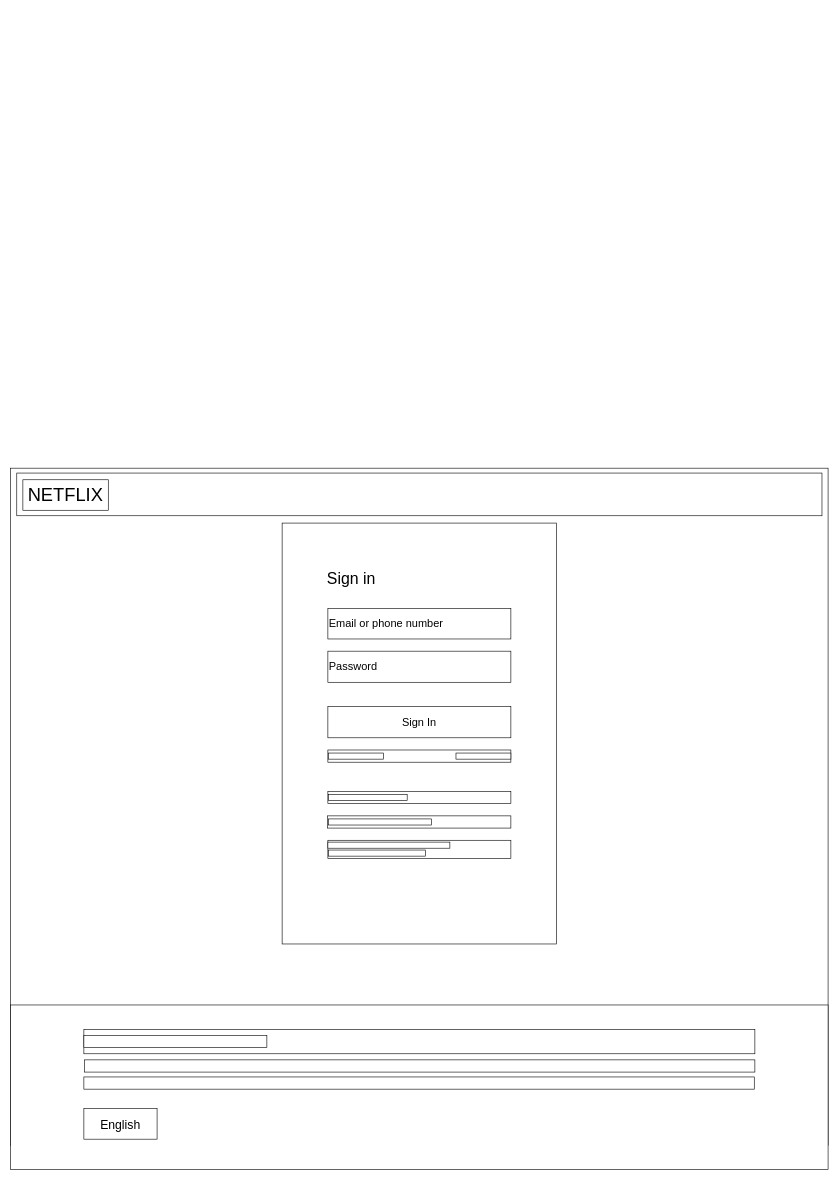
Earlier version of the draw.io diagram assets/draw.io/Netflix-sign-in.drawio (Ashwary-Jharbade/Netflix-Clone). Source tidied: cells renumbered, new cells numbered last; positions are measured from the earlier drawing's top-left corner, leaving out a move shared by most shapes. Both pictures are drawn from the tidied source at 61%, with x=0, y=0 at pixel (10, 468).
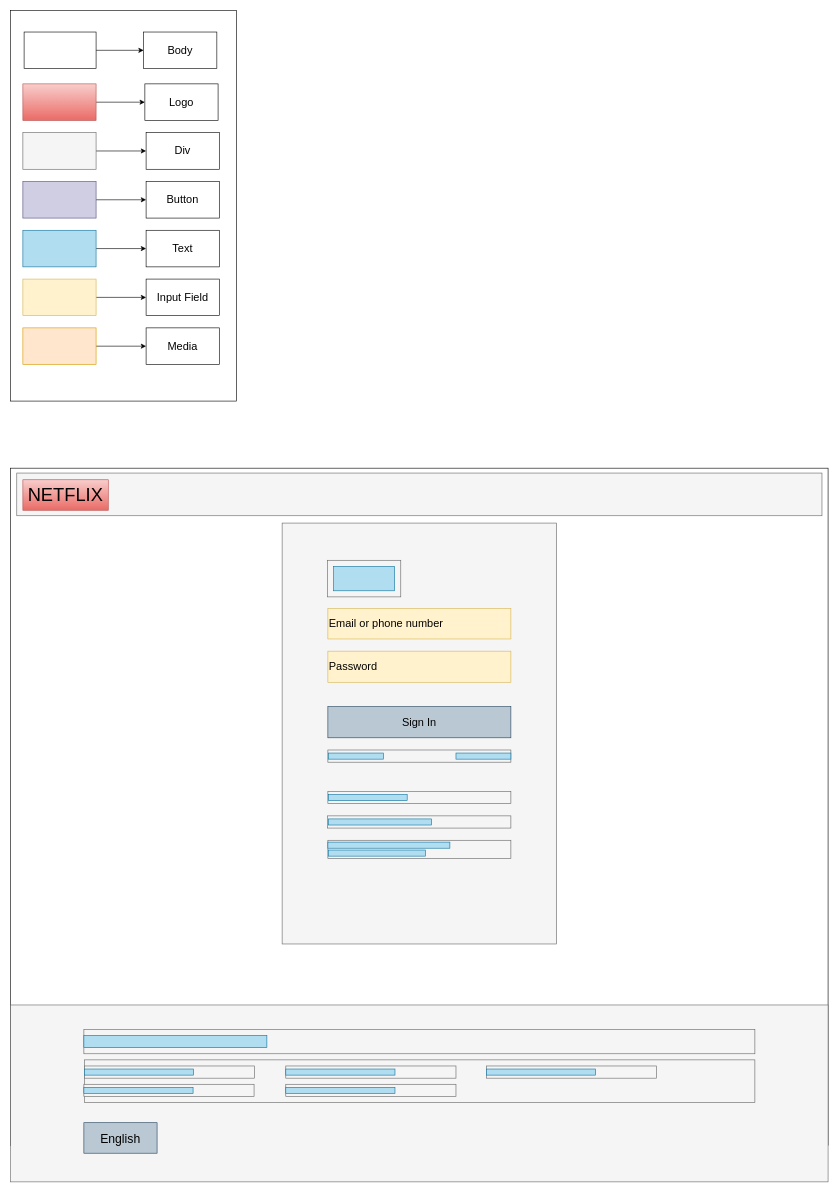
The same page after the edit.

What changed in the source:
```diff
@@
-    <mxCell id="3" style="rounded=0;whiteSpace=wrap;html=1;" parent="1" vertex="1">
+    <mxCell id="3" style="rounded=0;whiteSpace=wrap;html=1;fillColor=#f5f5f5;strokeColor=#666666;fontColor=#333333;" parent="1" vertex="1">
       <mxGeometry x="10" y="8" width="1320" height="70" as="geometry" />
     </mxCell>
-    <mxCell id="4" value="&lt;font style=&quot;font-size: 30px&quot;&gt;NETFLIX&lt;/font&gt;" style="rounded=0;whiteSpace=wrap;html=1;" parent="1" vertex="1">
+    <mxCell id="4" value="&lt;font style=&quot;font-size: 30px&quot;&gt;NETFLIX&lt;/font&gt;" style="rounded=0;whiteSpace=wrap;html=1;gradientColor=#ea6b66;fillColor=#f8cecc;strokeColor=#b85450;" parent="1" vertex="1">
       <mxGeometry x="20" y="19" width="140" height="50" as="geometry" />
     </mxCell>
-    <mxCell id="5" style="rounded=0;whiteSpace=wrap;html=1;" parent="1" vertex="1">
+    <mxCell id="5" style="rounded=0;whiteSpace=wrap;html=1;fillColor=#f5f5f5;strokeColor=#666666;fontColor=#333333;" parent="1" vertex="1">
       <mxGeometry x="445" y="90" width="450" height="690" as="geometry" />
     </mxCell>
-    <mxCell id="6" value="&lt;font style=&quot;font-size: 26px&quot;&gt;Sign in&lt;/font&gt;" style="text;html=1;align=center;verticalAlign=middle;strokeColor=none;" parent="1" vertex="1">
-      <mxGeometry x="508" y="171" width="100" height="20" as="geometry" />
-    </mxCell>
-    <mxCell id="7" value="&lt;font style=&quot;font-size: 18px&quot;&gt;Email or phone number&lt;/font&gt;" style="rounded=0;whiteSpace=wrap;html=1;align=left;" parent="1" vertex="1">
+    <mxCell id="7" value="&lt;font style=&quot;font-size: 18px&quot;&gt;Email or phone number&lt;/font&gt;" style="rounded=0;whiteSpace=wrap;html=1;align=left;fillColor=#fff2cc;strokeColor=#d6b656;" parent="1" vertex="1">
       <mxGeometry x="520" y="230" width="300" height="50" as="geometry" />
     </mxCell>
-    <mxCell id="8" value="&lt;span style=&quot;font-size: 18px&quot;&gt;Password&lt;/span&gt;" style="rounded=0;whiteSpace=wrap;html=1;align=left;" parent="1" vertex="1">
+    <mxCell id="8" value="&lt;span style=&quot;font-size: 18px&quot;&gt;Password&lt;/span&gt;" style="rounded=0;whiteSpace=wrap;html=1;align=left;fillColor=#fff2cc;strokeColor=#d6b656;" parent="1" vertex="1">
       <mxGeometry x="520" y="300" width="300" height="51" as="geometry" />
     </mxCell>
-    <mxCell id="9" value="&lt;div style=&quot;text-align: left&quot;&gt;&lt;span style=&quot;font-size: 18px&quot;&gt;Sign In&lt;/span&gt;&lt;/div&gt;" style="rounded=0;whiteSpace=wrap;html=1;" parent="1" vertex="1">
+    <mxCell id="9" value="&lt;div style=&quot;text-align: left&quot;&gt;&lt;span style=&quot;font-size: 18px&quot;&gt;Sign In&lt;/span&gt;&lt;/div&gt;" style="rounded=0;whiteSpace=wrap;html=1;fillColor=#bac8d3;strokeColor=#23445d;" parent="1" vertex="1">
       <mxGeometry x="520" y="391" width="300" height="51" as="geometry" />
     </mxCell>
-    <mxCell id="10" style="rounded=0;whiteSpace=wrap;html=1;" parent="1" vertex="1">
+    <mxCell id="10" style="rounded=0;whiteSpace=wrap;html=1;fillColor=#f5f5f5;strokeColor=#666666;fontColor=#333333;" parent="1" vertex="1">
       <mxGeometry x="520" y="462" width="300" height="20" as="geometry" />
     </mxCell>
-    <mxCell id="11" style="rounded=0;whiteSpace=wrap;html=1;" parent="1" vertex="1">
+    <mxCell id="11" style="rounded=0;whiteSpace=wrap;html=1;fillColor=#b1ddf0;strokeColor=#10739e;" parent="1" vertex="1">
       <mxGeometry x="521" y="467" width="90" height="10" as="geometry" />
     </mxCell>
-    <mxCell id="12" style="rounded=0;whiteSpace=wrap;html=1;" parent="1" vertex="1">
+    <mxCell id="12" style="rounded=0;whiteSpace=wrap;html=1;fillColor=#f5f5f5;strokeColor=#666666;fontColor=#333333;" parent="1" vertex="1">
       <mxGeometry x="520" y="530" width="300" height="20" as="geometry" />
     </mxCell>
-    <mxCell id="13" style="rounded=0;whiteSpace=wrap;html=1;" parent="1" vertex="1">
+    <mxCell id="13" style="rounded=0;whiteSpace=wrap;html=1;fillColor=#f5f5f5;strokeColor=#666666;fontColor=#333333;" parent="1" vertex="1">
       <mxGeometry x="519.5" y="570" width="300.5" height="20" as="geometry" />
     </mxCell>
-    <mxCell id="14" style="rounded=0;whiteSpace=wrap;html=1;" parent="1" vertex="1">
+    <mxCell id="14" style="rounded=0;whiteSpace=wrap;html=1;fillColor=#f5f5f5;strokeColor=#666666;fontColor=#333333;" parent="1" vertex="1">
       <mxGeometry x="520" y="610" width="300" height="30" as="geometry" />
     </mxCell>
-    <mxCell id="15" style="rounded=0;whiteSpace=wrap;html=1;" parent="1" vertex="1">
+    <mxCell id="15" style="rounded=0;whiteSpace=wrap;html=1;fillColor=#b1ddf0;strokeColor=#10739e;" parent="1" vertex="1">
       <mxGeometry x="730" y="467" width="90" height="10" as="geometry" />
     </mxCell>
-    <mxCell id="16" style="rounded=0;whiteSpace=wrap;html=1;" parent="1" vertex="1">
+    <mxCell id="16" style="rounded=0;whiteSpace=wrap;html=1;fillColor=#b1ddf0;strokeColor=#10739e;" parent="1" vertex="1">
       <mxGeometry x="521" y="535" width="129" height="10" as="geometry" />
     </mxCell>
-    <mxCell id="17" style="rounded=0;whiteSpace=wrap;html=1;" parent="1" vertex="1">
+    <mxCell id="17" style="rounded=0;whiteSpace=wrap;html=1;fillColor=#b1ddf0;strokeColor=#10739e;" parent="1" vertex="1">
       <mxGeometry x="521" y="575" width="169" height="10" as="geometry" />
     </mxCell>
-    <mxCell id="18" style="rounded=0;whiteSpace=wrap;html=1;" parent="1" vertex="1">
+    <mxCell id="18" style="rounded=0;whiteSpace=wrap;html=1;fillColor=#b1ddf0;strokeColor=#10739e;" parent="1" vertex="1">
       <mxGeometry x="520" y="613" width="200" height="10" as="geometry" />
     </mxCell>
-    <mxCell id="19" style="rounded=0;whiteSpace=wrap;html=1;" parent="1" vertex="1">
+    <mxCell id="19" style="rounded=0;whiteSpace=wrap;html=1;fillColor=#b1ddf0;strokeColor=#10739e;" parent="1" vertex="1">
       <mxGeometry x="521" y="626" width="159" height="10" as="geometry" />
     </mxCell>
-    <mxCell id="20" style="rounded=0;whiteSpace=wrap;html=1;" parent="1" vertex="1">
-      <mxGeometry y="880" width="1340" height="270" as="geometry" />
+    <mxCell id="20" style="rounded=0;whiteSpace=wrap;html=1;fillColor=#f5f5f5;strokeColor=#666666;fontColor=#333333;" parent="1" vertex="1">
+      <mxGeometry y="880" width="1340" height="290" as="geometry" />
     </mxCell>
-    <mxCell id="21" style="rounded=0;whiteSpace=wrap;html=1;" parent="1" vertex="1">
+    <mxCell id="21" style="rounded=0;whiteSpace=wrap;html=1;fillColor=#f5f5f5;strokeColor=#666666;fontColor=#333333;" parent="1" vertex="1">
       <mxGeometry x="120" y="920" width="1100" height="40" as="geometry" />
     </mxCell>
-    <mxCell id="22" style="rounded=0;whiteSpace=wrap;html=1;" parent="1" vertex="1">
+    <mxCell id="22" style="rounded=0;whiteSpace=wrap;html=1;fillColor=#b1ddf0;strokeColor=#10739e;" parent="1" vertex="1">
       <mxGeometry x="120" y="930" width="300" height="20" as="geometry" />
     </mxCell>
-    <mxCell id="23" value="&lt;font style=&quot;font-size: 20px&quot;&gt;English&lt;/font&gt;" style="rounded=0;whiteSpace=wrap;html=1;" parent="1" vertex="1">
-      <mxGeometry x="120" y="1050" width="120" height="50" as="geometry" />
+    <mxCell id="23" value="&lt;font style=&quot;font-size: 20px&quot;&gt;English&lt;/font&gt;" style="rounded=0;whiteSpace=wrap;html=1;fillColor=#bac8d3;strokeColor=#23445d;" parent="1" vertex="1">
+      <mxGeometry x="120" y="1073" width="120" height="50" as="geometry" />
     </mxCell>
-    <mxCell id="24" style="rounded=0;whiteSpace=wrap;html=1;" parent="1" vertex="1">
-      <mxGeometry x="121" y="970" width="1099" height="20" as="geometry" />
+    <mxCell id="24" style="rounded=0;whiteSpace=wrap;html=1;fillColor=#f5f5f5;strokeColor=#666666;fontColor=#333333;" parent="1" vertex="1">
+      <mxGeometry x="121" y="970" width="1099" height="70" as="geometry" />
     </mxCell>
-    <mxCell id="25" style="rounded=0;whiteSpace=wrap;html=1;" parent="1" vertex="1">
-      <mxGeometry x="120" y="998" width="1099" height="20" as="geometry" />
-    </mxCell>
+    <mxCell id="26" style="rounded=0;whiteSpace=wrap;html=1;strokeColor=#000000;gradientColor=none;" parent="1" vertex="1">
+      <mxGeometry y="-750" width="370" height="640" as="geometry" />
+    </mxCell>
+    <mxCell id="27" style="edgeStyle=orthogonalEdgeStyle;rounded=0;jettySize=auto;html=1;" parent="1" edge="1" source="28" target="39">
+      <mxGeometry relative="1" as="geometry" />
+    </mxCell>
+    <mxCell id="28" style="rounded=0;whiteSpace=wrap;html=1;strokeColor=#b85450;gradientColor=#ea6b66;fillColor=#f8cecc;" parent="1" vertex="1">
+      <mxGeometry x="20" y="-630" width="120" height="60" as="geometry" />
+    </mxCell>
+    <mxCell id="29" style="edgeStyle=orthogonalEdgeStyle;rounded=0;jettySize=auto;html=1;" parent="1" edge="1" source="30" target="40">
+      <mxGeometry relative="1" as="geometry" />
+    </mxCell>
+    <mxCell id="30" style="rounded=0;whiteSpace=wrap;html=1;strokeColor=#666666;fillColor=#f5f5f5;fontColor=#333333;" parent="1" vertex="1">
+      <mxGeometry x="20" y="-550" width="120" height="60" as="geometry" />
+    </mxCell>
+    <mxCell id="31" style="edgeStyle=orthogonalEdgeStyle;rounded=0;jettySize=auto;html=1;entryX=0;entryY=0.5;entryDx=0;entryDy=0;" parent="1" edge="1" source="32" target="41">
+      <mxGeometry relative="1" as="geometry" />
+    </mxCell>
+    <mxCell id="32" style="rounded=0;whiteSpace=wrap;html=1;strokeColor=#56517e;fillColor=#d0cee2;" parent="1" vertex="1">
+      <mxGeometry x="20" y="-470" width="120" height="60" as="geometry" />
+    </mxCell>
+    <mxCell id="33" style="edgeStyle=orthogonalEdgeStyle;rounded=0;jettySize=auto;html=1;entryX=0;entryY=0.5;entryDx=0;entryDy=0;" parent="1" edge="1" source="34" target="42">
+      <mxGeometry relative="1" as="geometry" />
+    </mxCell>
+    <mxCell id="34" style="rounded=0;whiteSpace=wrap;html=1;strokeColor=#10739e;fillColor=#b1ddf0;" parent="1" vertex="1">
+      <mxGeometry x="20" y="-390" width="120" height="60" as="geometry" />
+    </mxCell>
+    <mxCell id="35" style="edgeStyle=orthogonalEdgeStyle;rounded=0;jettySize=auto;html=1;" parent="1" edge="1" source="36" target="43">
+      <mxGeometry relative="1" as="geometry" />
+    </mxCell>
+    <mxCell id="36" style="rounded=0;whiteSpace=wrap;html=1;strokeColor=#d6b656;fillColor=#fff2cc;" parent="1" vertex="1">
+      <mxGeometry x="20" y="-310" width="120" height="60" as="geometry" />
+    </mxCell>
+    <mxCell id="37" style="edgeStyle=orthogonalEdgeStyle;rounded=0;jettySize=auto;html=1;" parent="1" edge="1" source="38" target="44">
+      <mxGeometry relative="1" as="geometry" />
+    </mxCell>
+    <mxCell id="38" style="rounded=0;whiteSpace=wrap;html=1;strokeColor=#d79b00;fillColor=#ffe6cc;" parent="1" vertex="1">
+      <mxGeometry x="20" y="-230" width="120" height="60" as="geometry" />
+    </mxCell>
+    <mxCell id="39" value="&lt;font style=&quot;font-size: 18px&quot;&gt;Logo&lt;/font&gt;" style="rounded=0;whiteSpace=wrap;html=1;strokeColor=#000000;gradientColor=none;" parent="1" vertex="1">
+      <mxGeometry x="220" y="-630" width="120" height="60" as="geometry" />
+    </mxCell>
+    <mxCell id="40" value="&lt;span style=&quot;font-size: 18px&quot;&gt;Div&lt;/span&gt;" style="rounded=0;whiteSpace=wrap;html=1;strokeColor=#000000;gradientColor=none;" parent="1" vertex="1">
+      <mxGeometry x="222" y="-550" width="120" height="60" as="geometry" />
+    </mxCell>
+    <mxCell id="41" value="&lt;span style=&quot;font-size: 18px&quot;&gt;Button&lt;/span&gt;" style="rounded=0;whiteSpace=wrap;html=1;strokeColor=#000000;gradientColor=none;" parent="1" vertex="1">
+      <mxGeometry x="222" y="-470" width="120" height="60" as="geometry" />
+    </mxCell>
+    <mxCell id="42" value="&lt;span style=&quot;font-size: 18px&quot;&gt;Text&lt;/span&gt;" style="rounded=0;whiteSpace=wrap;html=1;strokeColor=#000000;gradientColor=none;" parent="1" vertex="1">
+      <mxGeometry x="222" y="-390" width="120" height="60" as="geometry" />
+    </mxCell>
+    <mxCell id="43" value="&lt;span style=&quot;font-size: 18px&quot;&gt;Input Field&lt;/span&gt;" style="rounded=0;whiteSpace=wrap;html=1;strokeColor=#000000;gradientColor=none;" parent="1" vertex="1">
+      <mxGeometry x="222" y="-310" width="120" height="60" as="geometry" />
+    </mxCell>
+    <mxCell id="44" value="&lt;span style=&quot;font-size: 18px&quot;&gt;Media&lt;/span&gt;" style="rounded=0;whiteSpace=wrap;html=1;strokeColor=#000000;gradientColor=none;" parent="1" vertex="1">
+      <mxGeometry x="222" y="-230" width="120" height="60" as="geometry" />
+    </mxCell>
+    <mxCell id="45" style="rounded=0;whiteSpace=wrap;html=1;fillColor=#f5f5f5;strokeColor=#666666;fontColor=#333333;" parent="1" vertex="1">
+      <mxGeometry x="519.5" y="151" width="120" height="60" as="geometry" />
+    </mxCell>
+    <mxCell id="46" style="rounded=0;whiteSpace=wrap;html=1;fillColor=#b1ddf0;strokeColor=#10739e;" parent="1" vertex="1">
+      <mxGeometry x="529.5" y="161" width="100" height="40" as="geometry" />
+    </mxCell>
+    <mxCell id="47" style="rounded=0;whiteSpace=wrap;html=1;fillColor=#f5f5f5;strokeColor=#666666;fontColor=#333333;" parent="1" vertex="1">
+      <mxGeometry x="121" y="980" width="279" height="20" as="geometry" />
+    </mxCell>
+    <mxCell id="48" style="rounded=0;whiteSpace=wrap;html=1;fillColor=#b1ddf0;strokeColor=#10739e;" parent="1" vertex="1">
+      <mxGeometry x="121" y="985" width="179" height="10" as="geometry" />
+    </mxCell>
+    <mxCell id="49" style="rounded=0;whiteSpace=wrap;html=1;fillColor=#f5f5f5;strokeColor=#666666;fontColor=#333333;" parent="1" vertex="1">
+      <mxGeometry x="451" y="980" width="279" height="20" as="geometry" />
+    </mxCell>
+    <mxCell id="50" style="rounded=0;whiteSpace=wrap;html=1;fillColor=#b1ddf0;strokeColor=#10739e;" parent="1" vertex="1">
+      <mxGeometry x="451" y="985" width="179" height="10" as="geometry" />
+    </mxCell>
+    <mxCell id="51" style="rounded=0;whiteSpace=wrap;html=1;fillColor=#f5f5f5;strokeColor=#666666;fontColor=#333333;" parent="1" vertex="1">
+      <mxGeometry x="780" y="980" width="279" height="20" as="geometry" />
+    </mxCell>
+    <mxCell id="52" style="rounded=0;whiteSpace=wrap;html=1;fillColor=#b1ddf0;strokeColor=#10739e;" parent="1" vertex="1">
+      <mxGeometry x="780" y="985" width="179" height="10" as="geometry" />
+    </mxCell>
+    <mxCell id="53" style="rounded=0;whiteSpace=wrap;html=1;fillColor=#f5f5f5;strokeColor=#666666;fontColor=#333333;" parent="1" vertex="1">
+      <mxGeometry x="120" y="1010" width="279" height="20" as="geometry" />
+    </mxCell>
+    <mxCell id="54" style="rounded=0;whiteSpace=wrap;html=1;fillColor=#b1ddf0;strokeColor=#10739e;" parent="1" vertex="1">
+      <mxGeometry x="120" y="1015" width="179" height="10" as="geometry" />
+    </mxCell>
+    <mxCell id="55" style="rounded=0;whiteSpace=wrap;html=1;fillColor=#f5f5f5;strokeColor=#666666;fontColor=#333333;" parent="1" vertex="1">
+      <mxGeometry x="451" y="1010" width="279" height="20" as="geometry" />
+    </mxCell>
+    <mxCell id="56" style="rounded=0;whiteSpace=wrap;html=1;fillColor=#b1ddf0;strokeColor=#10739e;" parent="1" vertex="1">
+      <mxGeometry x="451" y="1015" width="179" height="10" as="geometry" />
+    </mxCell>
+    <mxCell id="57" style="edgeStyle=orthogonalEdgeStyle;rounded=0;jettySize=auto;html=1;entryX=0;entryY=0.5;entryDx=0;entryDy=0;" parent="1" edge="1" source="58" target="59">
+      <mxGeometry relative="1" as="geometry" />
+    </mxCell>
+    <mxCell id="58" style="rounded=0;whiteSpace=wrap;html=1;" parent="1" vertex="1">
+      <mxGeometry x="22" y="-715" width="118" height="60" as="geometry" />
+    </mxCell>
+    <mxCell id="59" value="&lt;span style=&quot;font-size: 18px&quot;&gt;Body&lt;/span&gt;" style="rounded=0;whiteSpace=wrap;html=1;strokeColor=#000000;gradientColor=none;" parent="1" vertex="1">
+      <mxGeometry x="218" y="-715" width="120" height="60" as="geometry" />
+    </mxCell>
```
